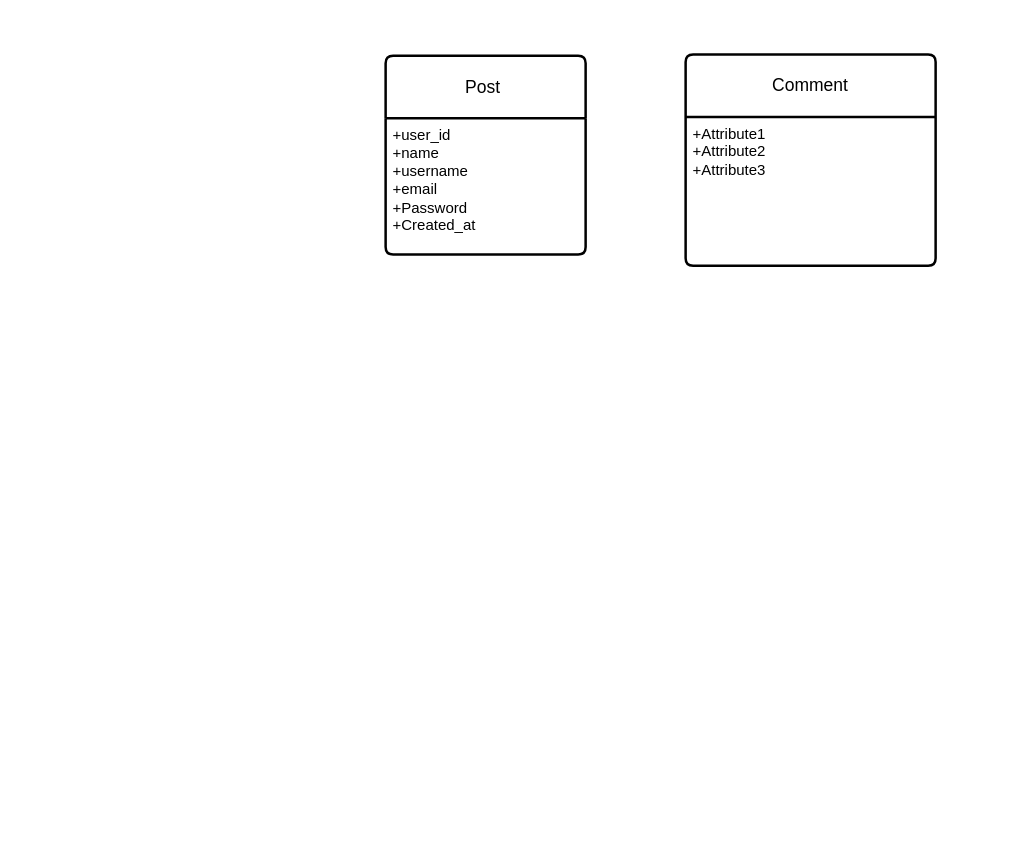
Above: crowfoot.drawio in Sailesharyal/ShubhaBihan-ReactProject- (draw.io), before the change. Source tidied: cells renumbered, new cells numbered last; positions are measured from the earlier drawing's top-left corner, leaving out a move shared by most shapes. Both pictures are drawn from the tidied source at 125%, with x=0, y=0 at pixel (385, 54).
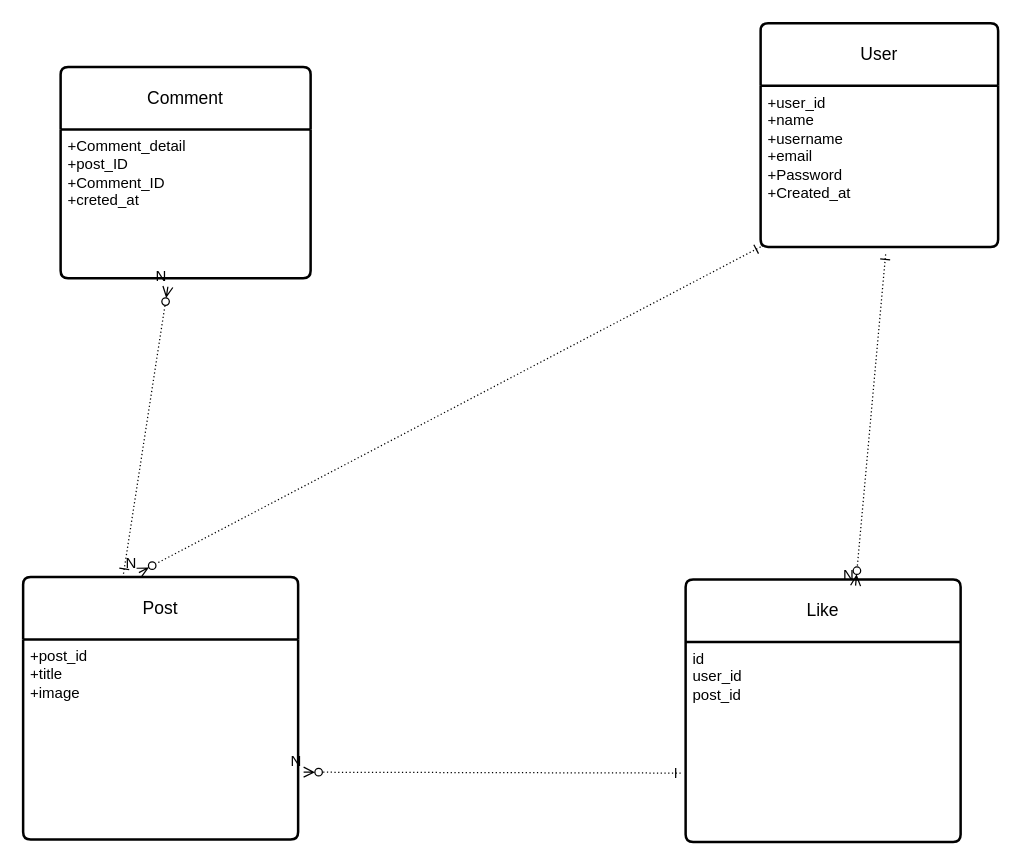
The same page after the edit.

The edit, as a diff of the source:
```diff
@@
 <mxGraphModel>
   <root>
     <mxCell id="0" />
     <mxCell id="1" parent="0" />
-    <mxCell id="2" value="Post&amp;nbsp;" style="swimlane;horizontal=1;startSize=50;rounded=1;fontSize=14;fontStyle=0;strokeWidth=2;shadow=0;dashed=0;align=center;arcSize=4;whiteSpace=wrap;html=1;" parent="1" vertex="1">
-      <mxGeometry y="1" width="160" height="159" as="geometry" />
+    <mxCell id="2" value="User" style="swimlane;horizontal=1;startSize=50;rounded=1;fontSize=14;fontStyle=0;strokeWidth=2;shadow=0;dashed=0;align=center;arcSize=4;whiteSpace=wrap;html=1;" parent="1" vertex="1">
+      <mxGeometry x="300" y="-25" width="190" height="179" as="geometry" />
     </mxCell>
     <mxCell id="3" value="+user_id&lt;br&gt;+name&lt;br&gt;+username&lt;div&gt;+email&amp;nbsp;&lt;/div&gt;&lt;div&gt;+Password&amp;nbsp;&lt;/div&gt;&lt;div&gt;+Created_at&lt;/div&gt;" style="align=left;strokeColor=none;fillColor=none;spacingLeft=4;fontSize=12;verticalAlign=top;html=1;" parent="2" vertex="1">
-      <mxGeometry y="50" width="160" height="109" as="geometry" />
+      <mxGeometry y="50" width="190" height="129" as="geometry" />
     </mxCell>
     <mxCell id="4" value="Comment" style="swimlane;horizontal=1;startSize=50;rounded=1;fontSize=14;fontStyle=0;strokeWidth=2;shadow=0;dashed=0;align=center;arcSize=4;whiteSpace=wrap;html=1;" parent="1" vertex="1">
-      <mxGeometry x="240" width="200" height="169" as="geometry" />
+      <mxGeometry x="-260" y="10" width="200" height="169" as="geometry" />
     </mxCell>
-    <mxCell id="5" value="+Attribute1&#10;+Attribute2&#10;+Attribute3" style="align=left;strokeColor=none;fillColor=none;spacingLeft=4;fontSize=12;verticalAlign=top;html=1;" parent="4" vertex="1">
+    <mxCell id="5" value="+Comment_detail&lt;br&gt;+post_ID&lt;br&gt;+Comment_ID&lt;div&gt;+creted_at&lt;/div&gt;" style="align=left;strokeColor=none;fillColor=none;spacingLeft=4;fontSize=12;verticalAlign=top;html=1;" parent="4" vertex="1">
       <mxGeometry y="50" width="200" height="119" as="geometry" />
     </mxCell>
+    <mxCell id="6" value="Like" style="swimlane;horizontal=1;startSize=50;rounded=1;fontSize=14;fontStyle=0;strokeWidth=2;shadow=0;dashed=0;align=center;arcSize=4;whiteSpace=wrap;html=1;" parent="1" vertex="1">
+      <mxGeometry x="240" y="420" width="220" height="210" as="geometry" />
+    </mxCell>
+    <mxCell id="7" value="id&amp;nbsp;&lt;div&gt;user_id&lt;/div&gt;&lt;div&gt;post_id&lt;/div&gt;" style="align=left;strokeColor=none;fillColor=none;spacingLeft=4;fontSize=12;verticalAlign=top;html=1;" parent="6" vertex="1">
+      <mxGeometry y="50" width="220" height="160" as="geometry" />
+    </mxCell>
+    <mxCell id="8" value="Post" style="swimlane;horizontal=1;startSize=50;rounded=1;fontSize=14;fontStyle=0;strokeWidth=2;shadow=0;dashed=0;align=center;arcSize=4;whiteSpace=wrap;html=1;" parent="1" vertex="1">
+      <mxGeometry x="-290" y="418" width="220" height="210" as="geometry" />
+    </mxCell>
+    <mxCell id="9" value="+post_id&lt;br&gt;+title&lt;br&gt;+image" style="align=left;strokeColor=none;fillColor=none;spacingLeft=4;fontSize=12;verticalAlign=top;html=1;" parent="8" vertex="1">
+      <mxGeometry y="50" width="220" height="160" as="geometry" />
+    </mxCell>
+    <mxCell id="10" style="endArrow=ERzeroToMany;html=1;rounded=0;dashed=1;dashPattern=1 2;startArrow=ERone;startFill=0;endFill=0;entryX=0.618;entryY=0.024;entryDx=0;entryDy=0;entryPerimeter=0;" parent="1" edge="1" target="6">
+      <mxGeometry relative="1" as="geometry">
+        <mxPoint x="400" y="160" as="sourcePoint" />
+      </mxGeometry>
+    </mxCell>
+    <mxCell id="11" value="N" style="html=1;whiteSpace=wrap;align=right;verticalAlign=bottom;" parent="10" vertex="1">
+      <mxGeometry x="1" relative="1" as="geometry" />
+    </mxCell>
+    <mxCell id="12" style="endArrow=ERzeroToMany;html=1;rounded=0;dashed=1;dashPattern=1 2;exitX=0;exitY=1;exitDx=0;exitDy=0;entryX=0.421;entryY=-0.016;entryDx=0;entryDy=0;entryPerimeter=0;startArrow=ERone;startFill=0;endFill=0;" parent="1" edge="1" source="3" target="8">
+      <mxGeometry relative="1" as="geometry" />
+    </mxCell>
+    <mxCell id="13" value="N" style="html=1;whiteSpace=wrap;align=right;verticalAlign=bottom;" parent="12" vertex="1">
+      <mxGeometry x="1" relative="1" as="geometry" />
+    </mxCell>
+    <mxCell id="14" style="endArrow=ERzeroToMany;html=1;rounded=0;dashed=1;dashPattern=1 2;exitX=0.365;exitY=-0.012;exitDx=0;exitDy=0;entryX=0.429;entryY=1.058;entryDx=0;entryDy=0;entryPerimeter=0;startArrow=ERone;startFill=0;endFill=0;exitPerimeter=0;" parent="1" edge="1" source="8" target="5">
+      <mxGeometry relative="1" as="geometry" />
+    </mxCell>
+    <mxCell id="15" value="N" style="html=1;whiteSpace=wrap;align=right;verticalAlign=bottom;" parent="14" vertex="1">
+      <mxGeometry x="1" relative="1" as="geometry" />
+    </mxCell>
+    <mxCell id="16" style="endArrow=ERzeroToMany;html=1;rounded=0;dashed=1;dashPattern=1 2;exitX=-0.018;exitY=0.656;exitDx=0;exitDy=0;startArrow=ERone;startFill=0;endFill=0;exitPerimeter=0;entryX=1.02;entryY=0.664;entryDx=0;entryDy=0;entryPerimeter=0;" parent="1" edge="1" source="7" target="9">
+      <mxGeometry relative="1" as="geometry" />
+    </mxCell>
+    <mxCell id="17" value="N" style="html=1;whiteSpace=wrap;align=right;verticalAlign=bottom;" parent="16" vertex="1">
+      <mxGeometry x="1" relative="1" as="geometry" />
+    </mxCell>
   </root>
 </mxGraphModel>
```
